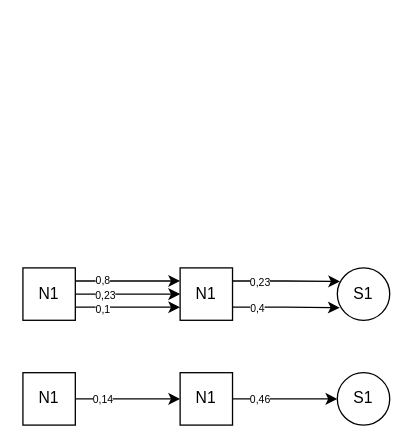
jornverhoeven/thesis-project keeps this draw.io diagram as packages/thesis/src/content/riskreport-future-research.drawio. Above is the earlier version. Source tidied: cells renumbered, new cells numbered last; positions are measured from the earlier drawing's top-left corner, leaving out a move shared by most shapes. Both pictures are drawn from the tidied source at 131%, with x=0, y=0 at pixel (22, 267).
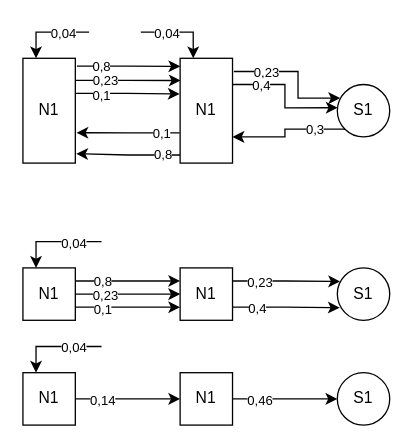
The same diagram, later.

Unchanged cells that the change refers to:
```xml
<mxCell id="2" style="edgeStyle=orthogonalEdgeStyle;rounded=0;jettySize=auto;html=1;exitX=1;exitY=0.5;exitDx=0;exitDy=0;entryX=0;entryY=0.5;entryDx=0;entryDy=0;" parent="1" edge="1" source="8" target="9">
  <mxGeometry relative="1" as="geometry" />
</mxCell>
<mxCell id="4" style="edgeStyle=orthogonalEdgeStyle;rounded=0;jettySize=auto;html=1;exitX=1;exitY=0.75;exitDx=0;exitDy=0;entryX=0;entryY=0.75;entryDx=0;entryDy=0;" parent="1" edge="1" source="8" target="9">
  <mxGeometry relative="1" as="geometry" />
</mxCell>
<mxCell id="6" style="edgeStyle=orthogonalEdgeStyle;rounded=0;jettySize=auto;html=1;exitX=1;exitY=0.25;exitDx=0;exitDy=0;entryX=0;entryY=0.25;entryDx=0;entryDy=0;" parent="1" edge="1" source="8" target="9">
  <mxGeometry relative="1" as="geometry" />
</mxCell>
<mxCell id="8" value="N1" style="rounded=0;whiteSpace=wrap;html=1;" parent="1" vertex="1">
  <mxGeometry width="40" height="40" as="geometry" />
</mxCell>
<mxCell id="11" style="edgeStyle=orthogonalEdgeStyle;rounded=0;jettySize=auto;html=1;exitX=1;exitY=0.25;exitDx=0;exitDy=0;entryX=0.053;entryY=0.259;entryDx=0;entryDy=0;entryPerimeter=0;" parent="1" edge="1" source="9" target="10">
  <mxGeometry relative="1" as="geometry" />
</mxCell>
<mxCell id="13" style="edgeStyle=orthogonalEdgeStyle;rounded=0;jettySize=auto;html=1;exitX=1;exitY=0.75;exitDx=0;exitDy=0;entryX=0.047;entryY=0.759;entryDx=0;entryDy=0;entryPerimeter=0;" parent="1" edge="1" source="9" target="10">
  <mxGeometry relative="1" as="geometry" />
</mxCell>
<mxCell id="15" style="edgeStyle=orthogonalEdgeStyle;rounded=0;jettySize=auto;html=1;exitX=1;exitY=0.5;exitDx=0;exitDy=0;entryX=0;entryY=0.5;entryDx=0;entryDy=0;" parent="1" edge="1" source="17" target="20">
  <mxGeometry relative="1" as="geometry" />
</mxCell>
<mxCell id="17" value="N1" style="rounded=0;whiteSpace=wrap;html=1;" parent="1" vertex="1">
  <mxGeometry y="80" width="40" height="40" as="geometry" />
</mxCell>
<mxCell id="18" style="edgeStyle=orthogonalEdgeStyle;rounded=0;jettySize=auto;html=1;exitX=1;exitY=0.5;exitDx=0;exitDy=0;entryX=0;entryY=0.5;entryDx=0;entryDy=0;" parent="1" edge="1" source="20" target="21">
  <mxGeometry relative="1" as="geometry" />
</mxCell>
```

Diff of the diagram source:
```diff
@@
-    <mxCell id="3" value="0,23" style="edgeLabel;html=1;align=center;verticalAlign=middle;fontSize=8;" parent="2" vertex="1">
+    <mxCell id="3" value="0,23" style="edgeLabel;html=1;align=center;verticalAlign=middle;fontSize=10;" parent="2" vertex="1">
       <mxGeometry x="-0.48" y="1" relative="1" as="geometry">
         <mxPoint x="1" y="1" as="offset" />
       </mxGeometry>
     </mxCell>
@@
-    <mxCell id="5" value="0,1" style="edgeLabel;html=1;align=center;verticalAlign=middle;fontSize=8;" parent="4" vertex="1">
+    <mxCell id="5" value="0,1" style="edgeLabel;html=1;align=center;verticalAlign=middle;fontSize=10;" parent="4" vertex="1">
       <mxGeometry x="-0.55" y="-1" relative="1" as="geometry">
         <mxPoint x="2" as="offset" />
       </mxGeometry>
     </mxCell>
@@
-    <mxCell id="7" value="0,8" style="edgeLabel;html=1;align=center;verticalAlign=middle;fontSize=8;" parent="6" vertex="1">
+    <mxCell id="7" value="0,8" style="edgeLabel;html=1;align=center;verticalAlign=middle;fontSize=10;" parent="6" vertex="1">
       <mxGeometry x="-0.62" y="1" relative="1" as="geometry">
         <mxPoint x="5" as="offset" />
       </mxGeometry>
     </mxCell>
@@
-    <mxCell id="12" value="0,23" style="edgeLabel;html=1;align=center;verticalAlign=middle;fontSize=8;" parent="11" vertex="1">
+    <mxCell id="12" value="0,23" style="edgeLabel;html=1;align=center;verticalAlign=middle;fontSize=10;" parent="11" vertex="1">
       <mxGeometry x="-0.49" relative="1" as="geometry">
         <mxPoint x="-1" as="offset" />
       </mxGeometry>
     </mxCell>
@@
-    <mxCell id="14" value="0,4" style="edgeLabel;html=1;align=center;verticalAlign=middle;fontSize=8;" parent="13" vertex="1">
+    <mxCell id="14" value="0,4" style="edgeLabel;html=1;align=center;verticalAlign=middle;fontSize=10;" parent="13" vertex="1">
       <mxGeometry x="-0.46" relative="1" as="geometry">
         <mxPoint x="-4" as="offset" />
       </mxGeometry>
     </mxCell>
@@
-    <mxCell id="16" value="0,14" style="edgeLabel;html=1;align=center;verticalAlign=middle;fontSize=8;" parent="15" vertex="1">
+    <mxCell id="16" value="0,14" style="edgeLabel;html=1;align=center;verticalAlign=middle;fontSize=10;" parent="15" vertex="1">
       <mxGeometry x="-0.11" y="-1" relative="1" as="geometry">
         <mxPoint x="-16" y="-1" as="offset" />
       </mxGeometry>
     </mxCell>
@@
-    <mxCell id="19" value="0,46" style="edgeLabel;html=1;align=center;verticalAlign=middle;fontSize=8;" parent="18" vertex="1">
+    <mxCell id="19" value="0,46" style="edgeLabel;html=1;align=center;verticalAlign=middle;fontSize=10;" parent="18" vertex="1">
       <mxGeometry x="-0.61" y="-1" relative="1" as="geometry">
         <mxPoint x="4" y="-1" as="offset" />
       </mxGeometry>
     </mxCell>
@@
+    <mxCell id="22" style="edgeStyle=orthogonalEdgeStyle;rounded=0;jettySize=auto;html=1;exitX=0.977;exitY=0.21;exitDx=0;exitDy=0;entryX=0.012;entryY=0.212;entryDx=0;entryDy=0;exitPerimeter=0;entryPerimeter=0;" parent="1" edge="1" source="30" target="37">
+      <mxGeometry relative="1" as="geometry" />
+    </mxCell>
+    <mxCell id="23" value="0,23" style="edgeLabel;html=1;align=center;verticalAlign=middle;fontSize=10;" parent="22" vertex="1">
+      <mxGeometry x="-0.48" y="1" relative="1" as="geometry">
+        <mxPoint x="2" y="1" as="offset" />
+      </mxGeometry>
+    </mxCell>
+    <mxCell id="24" style="edgeStyle=orthogonalEdgeStyle;rounded=0;jettySize=auto;html=1;exitX=0.997;exitY=0.335;exitDx=0;exitDy=0;entryX=-0.008;entryY=0.34;entryDx=0;entryDy=0;exitPerimeter=0;entryPerimeter=0;" parent="1" edge="1" source="30" target="37">
+      <mxGeometry relative="1" as="geometry" />
+    </mxCell>
+    <mxCell id="25" value="0,1" style="edgeLabel;html=1;align=center;verticalAlign=middle;fontSize=10;" parent="24" vertex="1">
+      <mxGeometry x="-0.55" y="-1" relative="1" as="geometry">
+        <mxPoint x="2" as="offset" />
+      </mxGeometry>
+    </mxCell>
+    <mxCell id="26" style="edgeStyle=orthogonalEdgeStyle;rounded=0;jettySize=auto;html=1;exitX=1.031;exitY=0.075;exitDx=0;exitDy=0;entryX=0.002;entryY=0.077;entryDx=0;entryDy=0;exitPerimeter=0;entryPerimeter=0;" parent="1" edge="1" source="30" target="37">
+      <mxGeometry relative="1" as="geometry" />
+    </mxCell>
+    <mxCell id="27" value="0,8" style="edgeLabel;html=1;align=center;verticalAlign=middle;fontSize=10;" parent="26" vertex="1">
+      <mxGeometry x="-0.62" y="1" relative="1" as="geometry">
+        <mxPoint x="3" as="offset" />
+      </mxGeometry>
+    </mxCell>
+    <mxCell id="28" style="edgeStyle=orthogonalEdgeStyle;rounded=0;jettySize=auto;html=1;exitX=0.25;exitY=0;exitDx=0;exitDy=0;endArrow=none;endFill=0;startArrow=classic;startFill=1;" parent="1" edge="1" source="30">
+      <mxGeometry relative="1" as="geometry">
+        <mxPoint x="50" y="-180" as="targetPoint" />
+      </mxGeometry>
+    </mxCell>
+    <mxCell id="29" value="0,04" style="edgeLabel;html=1;align=center;verticalAlign=middle;fontSize=10;" parent="28" vertex="1">
+      <mxGeometry x="0.8" relative="1" as="geometry">
+        <mxPoint x="-15" as="offset" />
+      </mxGeometry>
+    </mxCell>
+    <mxCell id="30" value="N1" style="rounded=0;whiteSpace=wrap;html=1;" parent="1" vertex="1">
+      <mxGeometry y="-160" width="40" height="80" as="geometry" />
+    </mxCell>
+    <mxCell id="31" style="edgeStyle=orthogonalEdgeStyle;rounded=0;jettySize=auto;html=1;exitX=0.007;exitY=0.923;exitDx=0;exitDy=0;entryX=1.017;entryY=0.911;entryDx=0;entryDy=0;exitPerimeter=0;entryPerimeter=0;" parent="1" edge="1" source="37" target="30">
+      <mxGeometry relative="1" as="geometry" />
+    </mxCell>
+    <mxCell id="32" value="0,8" style="edgeLabel;html=1;align=center;verticalAlign=middle;fontSize=10;" parent="31" vertex="1">
+      <mxGeometry x="-0.21" y="-1" relative="1" as="geometry">
+        <mxPoint x="18" as="offset" />
+      </mxGeometry>
+    </mxCell>
+    <mxCell id="33" style="edgeStyle=orthogonalEdgeStyle;rounded=0;jettySize=auto;html=1;exitX=-0.008;exitY=0.712;exitDx=0;exitDy=0;entryX=1.022;entryY=0.71;entryDx=0;entryDy=0;entryPerimeter=0;exitPerimeter=0;" parent="1" edge="1" source="37" target="30">
+      <mxGeometry relative="1" as="geometry" />
+    </mxCell>
+    <mxCell id="34" value="0,1" style="edgeLabel;html=1;align=center;verticalAlign=middle;fontSize=10;" parent="33" vertex="1">
+      <mxGeometry x="-0.65" relative="1" as="geometry" />
+    </mxCell>
+    <mxCell id="35" style="edgeStyle=orthogonalEdgeStyle;rounded=0;jettySize=auto;html=1;exitX=0.25;exitY=0;exitDx=0;exitDy=0;startArrow=classic;startFill=1;endArrow=none;endFill=0;" parent="1" edge="1" source="37">
+      <mxGeometry relative="1" as="geometry">
+        <mxPoint x="90" y="-180" as="targetPoint" />
+        <Array as="points">
+          <mxPoint x="130" y="-180" />
+        </Array>
+      </mxGeometry>
+    </mxCell>
+    <mxCell id="36" value="0,04" style="edgeLabel;html=1;align=center;verticalAlign=middle;fontSize=10;" parent="35" vertex="1">
+      <mxGeometry x="0.38" relative="1" as="geometry" />
+    </mxCell>
+    <mxCell id="37" value="N1" style="rounded=0;whiteSpace=wrap;html=1;" parent="1" vertex="1">
+      <mxGeometry x="120" y="-160" width="40" height="80" as="geometry" />
+    </mxCell>
+    <mxCell id="38" style="edgeStyle=orthogonalEdgeStyle;rounded=0;jettySize=auto;html=1;exitX=0;exitY=1;exitDx=0;exitDy=0;entryX=1;entryY=0.75;entryDx=0;entryDy=0;" parent="1" edge="1" source="40" target="37">
+      <mxGeometry relative="1" as="geometry" />
+    </mxCell>
+    <mxCell id="39" value="0,3" style="edgeLabel;html=1;align=center;verticalAlign=middle;fontSize=10;" parent="38" vertex="1">
+      <mxGeometry x="-0.49" y="-1" relative="1" as="geometry" />
+    </mxCell>
+    <mxCell id="40" value="S1" style="ellipse;whiteSpace=wrap;html=1;" parent="1" vertex="1">
+      <mxGeometry x="240" y="-140" width="40" height="40" as="geometry" />
+    </mxCell>
+    <mxCell id="41" style="edgeStyle=orthogonalEdgeStyle;rounded=0;jettySize=auto;html=1;exitX=1.026;exitY=0.126;exitDx=0;exitDy=0;entryX=0.053;entryY=0.259;entryDx=0;entryDy=0;entryPerimeter=0;exitPerimeter=0;" parent="1" edge="1" source="37" target="40">
+      <mxGeometry relative="1" as="geometry">
+        <Array as="points">
+          <mxPoint x="210" y="-150" />
+          <mxPoint x="210" y="-130" />
+          <mxPoint x="242" y="-130" />
+        </Array>
+      </mxGeometry>
+    </mxCell>
+    <mxCell id="42" value="0,23" style="edgeLabel;html=1;align=center;verticalAlign=middle;fontSize=10;" parent="41" vertex="1">
+      <mxGeometry x="-0.49" relative="1" as="geometry">
+        <mxPoint x="-2" as="offset" />
+      </mxGeometry>
+    </mxCell>
+    <mxCell id="43" style="edgeStyle=orthogonalEdgeStyle;rounded=0;jettySize=auto;html=1;exitX=1;exitY=0.25;exitDx=0;exitDy=0;entryX=0.007;entryY=0.444;entryDx=0;entryDy=0;entryPerimeter=0;" parent="1" edge="1" source="37" target="40">
+      <mxGeometry relative="1" as="geometry" />
+    </mxCell>
+    <mxCell id="44" value="0,4" style="edgeLabel;html=1;align=center;verticalAlign=middle;fontSize=10;" parent="43" vertex="1">
+      <mxGeometry x="-0.46" relative="1" as="geometry">
+        <mxPoint x="-5" as="offset" />
+      </mxGeometry>
+    </mxCell>
+    <mxCell id="45" style="edgeStyle=orthogonalEdgeStyle;rounded=0;jettySize=auto;html=1;exitX=0.25;exitY=0;exitDx=0;exitDy=0;endArrow=none;endFill=0;startArrow=classic;startFill=1;" parent="1" edge="1" source="8">
+      <mxGeometry relative="1" as="geometry">
+        <mxPoint x="60" y="-20" as="targetPoint" />
+        <Array as="points">
+          <mxPoint x="10" y="-20" />
+        </Array>
+      </mxGeometry>
+    </mxCell>
+    <mxCell id="46" value="0,04" style="edgeLabel;html=1;align=center;verticalAlign=middle;fontSize=10;" parent="45" vertex="1">
+      <mxGeometry x="0.8" relative="1" as="geometry">
+        <mxPoint x="-15" as="offset" />
+      </mxGeometry>
+    </mxCell>
+    <mxCell id="47" style="edgeStyle=orthogonalEdgeStyle;rounded=0;jettySize=auto;html=1;exitX=0.25;exitY=0;exitDx=0;exitDy=0;endArrow=none;endFill=0;startArrow=classic;startFill=1;" parent="1" edge="1" source="17">
+      <mxGeometry relative="1" as="geometry">
+        <mxPoint x="60" y="60" as="targetPoint" />
+        <Array as="points">
+          <mxPoint x="10" y="60" />
+        </Array>
+      </mxGeometry>
+    </mxCell>
+    <mxCell id="48" value="0,04" style="edgeLabel;html=1;align=center;verticalAlign=middle;fontSize=10;" parent="47" vertex="1">
+      <mxGeometry x="0.8" relative="1" as="geometry">
+        <mxPoint x="-15" as="offset" />
+      </mxGeometry>
+    </mxCell>
```
